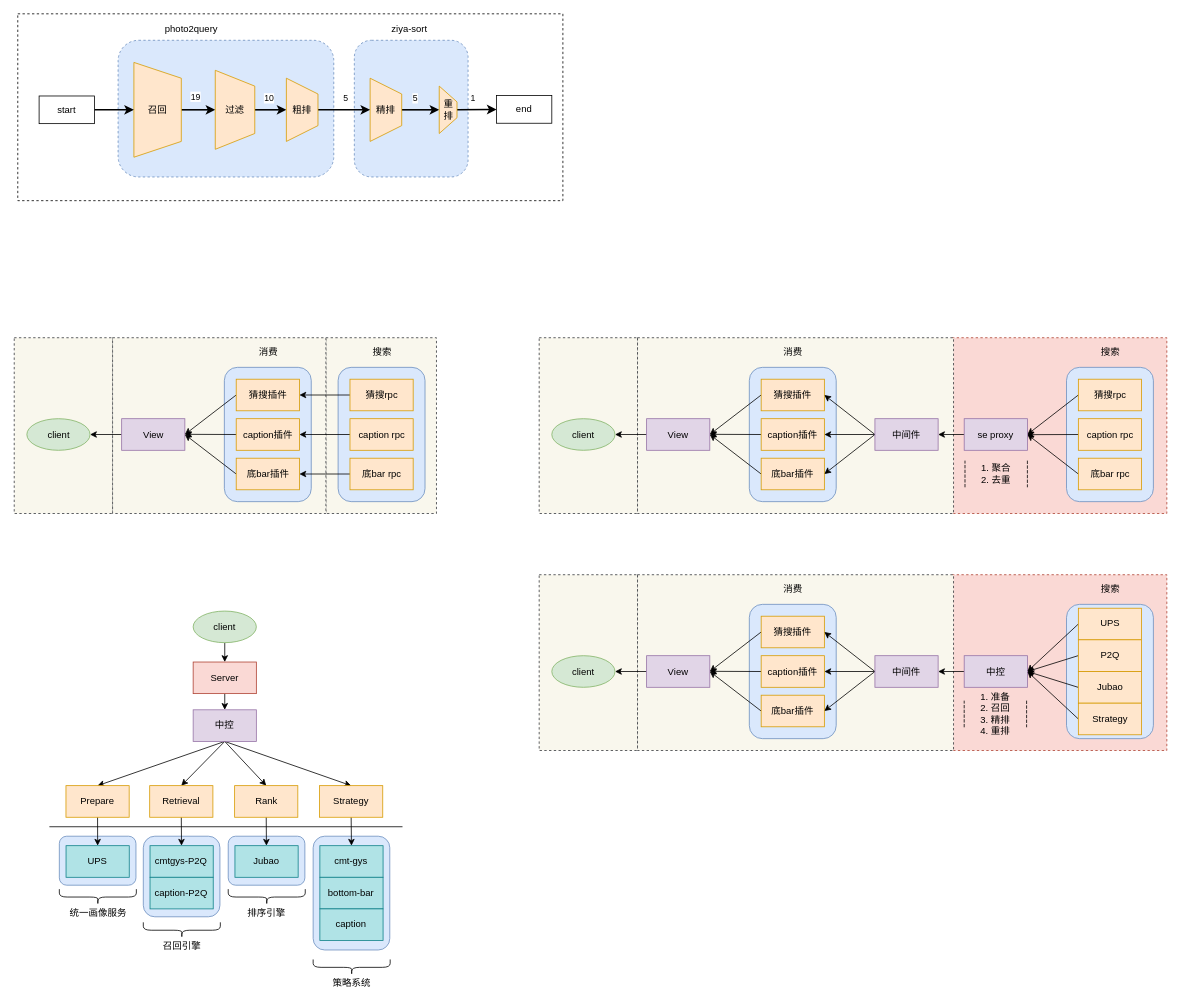
Earlier version of the draw.io diagram query-reco.drawio (AmaniCheung/draw.io). Source tidied: cells renumbered, new cells numbered last; positions are measured from the earlier drawing's top-left corner, leaving out a move shared by most shapes. Both pictures are drawn from the tidied source at 79%, with x=0, y=0 at pixel (14, 13).
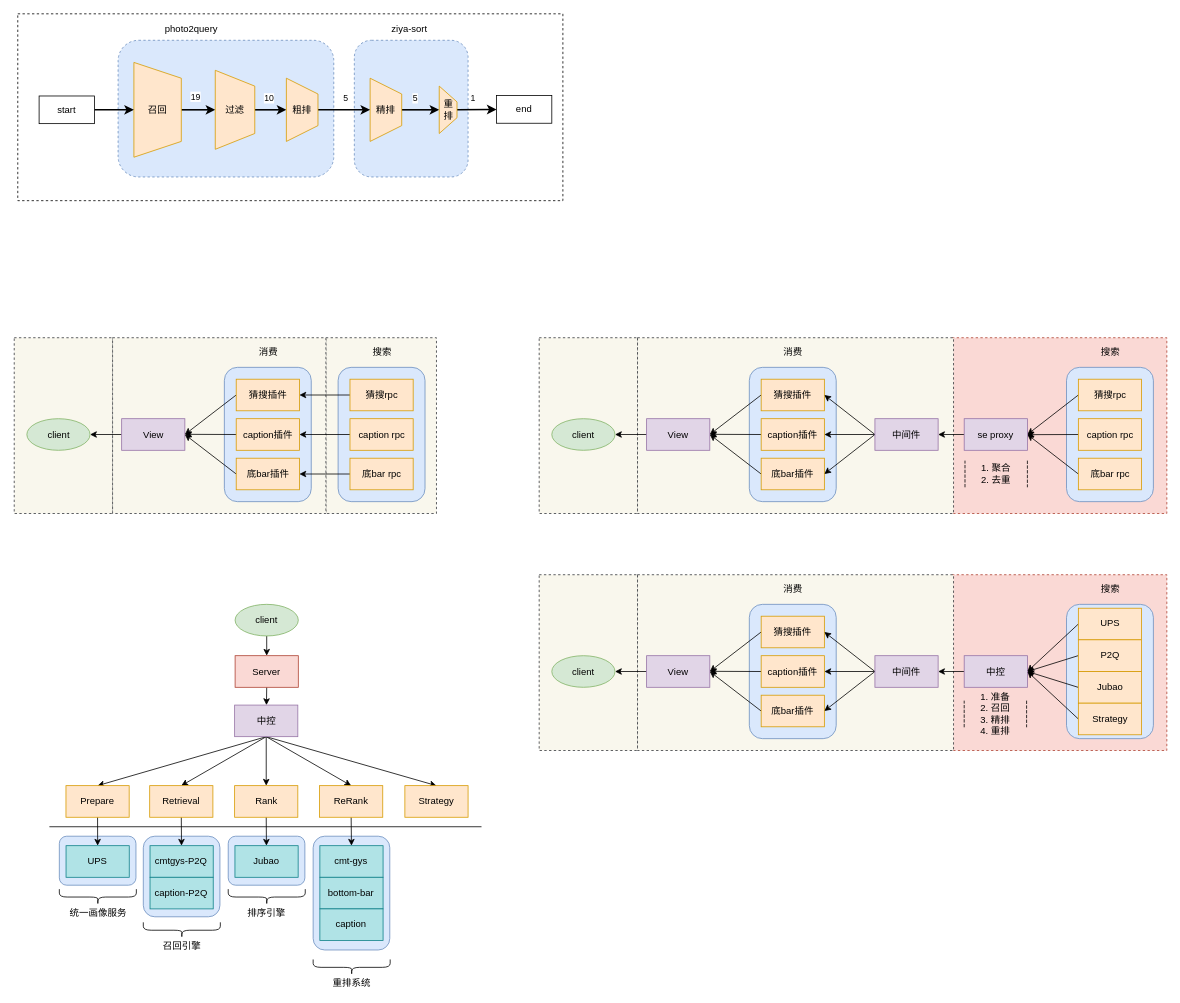
The same page after the edit.

Change to the diagram source:
```diff
@@
+    <mxCell id="140" style="edgeStyle=none;html=1;exitX=0.5;exitY=1;exitDx=0;exitDy=0;entryX=0.5;entryY=0;entryDx=0;entryDy=0;" parent="1" edge="1" source="114" target="141">
+      <mxGeometry relative="1" as="geometry" />
+    </mxCell>
     <mxCell id="114" value="中控" style="rounded=0;whiteSpace=wrap;html=1;fillColor=#e1d5e7;strokeColor=#9673a6;" parent="1" vertex="1">
-      <mxGeometry x="226" y="881" width="80" height="40" as="geometry" />
+      <mxGeometry x="278.5" y="875" width="80" height="40" as="geometry" />
     </mxCell>
@@
-    <mxCell id="123" value="Strategy" style="rounded=0;whiteSpace=wrap;html=1;fillColor=#ffe6cc;strokeColor=#d79b00;" parent="1" vertex="1">
+    <mxCell id="123" value="ReRank" style="rounded=0;whiteSpace=wrap;html=1;fillColor=#ffe6cc;strokeColor=#d79b00;" parent="1" vertex="1">
       <mxGeometry x="386" y="977" width="80" height="40" as="geometry" />
     </mxCell>
@@
     <mxCell id="128" value="Server" style="rounded=0;whiteSpace=wrap;html=1;fillColor=#fad9d5;strokeColor=#ae4132;" parent="1" vertex="1">
-      <mxGeometry x="226" y="820.5" width="80" height="40" as="geometry" />
+      <mxGeometry x="279.1" y="812.5" width="80" height="40" as="geometry" />
     </mxCell>
@@
     <mxCell id="130" value="client" style="ellipse;whiteSpace=wrap;html=1;fillColor=#d5e8d4;strokeColor=#82b366;" parent="1" vertex="1">
-      <mxGeometry x="226" y="756" width="80" height="40" as="geometry" />
+      <mxGeometry x="279.1" y="747.5" width="80" height="40" as="geometry" />
     </mxCell>
@@
-    <mxCell id="134" value="策略系统" style="shape=curlyBracket;whiteSpace=wrap;html=1;rounded=1;flipH=1;labelPosition=center;verticalLabelPosition=bottom;align=center;verticalAlign=middle;direction=north;horizontal=1;" parent="1" vertex="1">
+    <mxCell id="134" value="重排系统" style="shape=curlyBracket;whiteSpace=wrap;html=1;rounded=1;flipH=1;labelPosition=center;verticalLabelPosition=bottom;align=center;verticalAlign=middle;direction=north;horizontal=1;" parent="1" vertex="1">
       <mxGeometry x="377.9" y="1197" width="97.5" height="20" as="geometry" />
     </mxCell>
@@
     <mxCell id="139" style="line;strokeWidth=1;html=1;" parent="1" vertex="1">
-      <mxGeometry x="44" y="1024" width="447" height="10" as="geometry" />
+      <mxGeometry x="44" y="1024" width="547" height="10" as="geometry" />
     </mxCell>
+    <mxCell id="141" value="Strategy" style="rounded=0;whiteSpace=wrap;html=1;fillColor=#ffe6cc;strokeColor=#d79b00;" parent="1" vertex="1">
+      <mxGeometry x="494" y="977" width="80" height="40" as="geometry" />
+    </mxCell>
```
